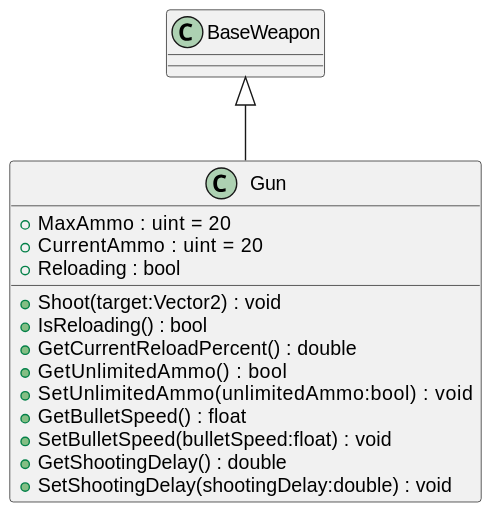
KawinM23/TakeControl keeps this PlantUML diagram as UML/Combat/Gun.svg. Above is the earlier version.
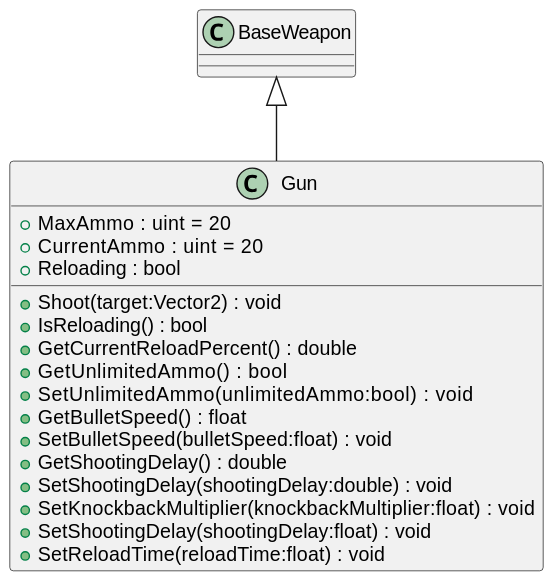
The same file after the commit.

Change to the diagram source:
```diff
@@ -12,6 +12,9 @@
     + SetBulletSpeed(bulletSpeed:float) : void
     + GetShootingDelay() : double
     + SetShootingDelay(shootingDelay:double) : void
+    + SetKnockbackMultiplier(knockbackMultiplier:float) : void
+    + SetShootingDelay(shootingDelay:float) : void
+    + SetReloadTime(reloadTime:float) : void
 }
 BaseWeapon <|-- Gun
 @enduml
```
